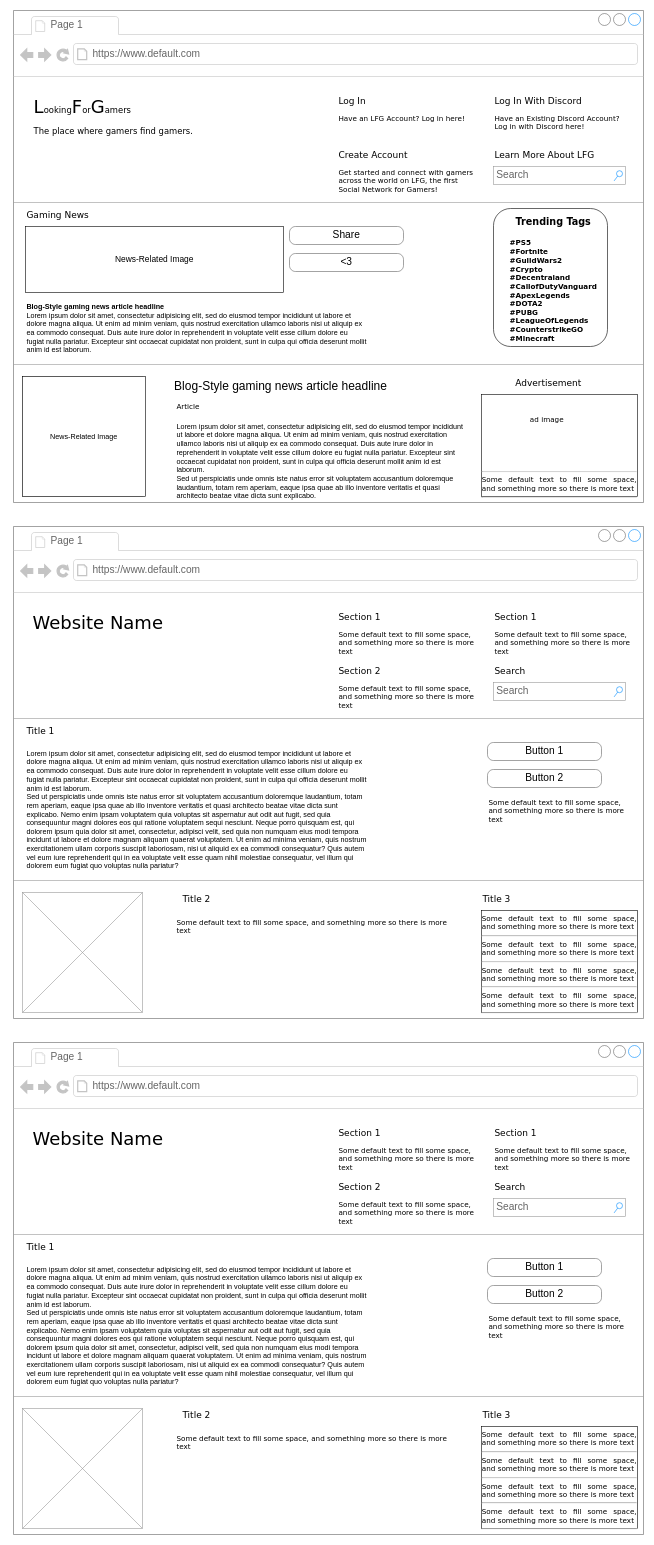
The draw.io diagram LFG-APP Wireframe.drawio in wrainford/lfg-application, before the edit. Source tidied: cells renumbered, new cells numbered last; positions are measured from the earlier drawing's top-left corner, leaving out a move shared by most shapes. Both pictures are drawn from the tidied source at 60%, with x=0, y=0 at pixel (13, 10).
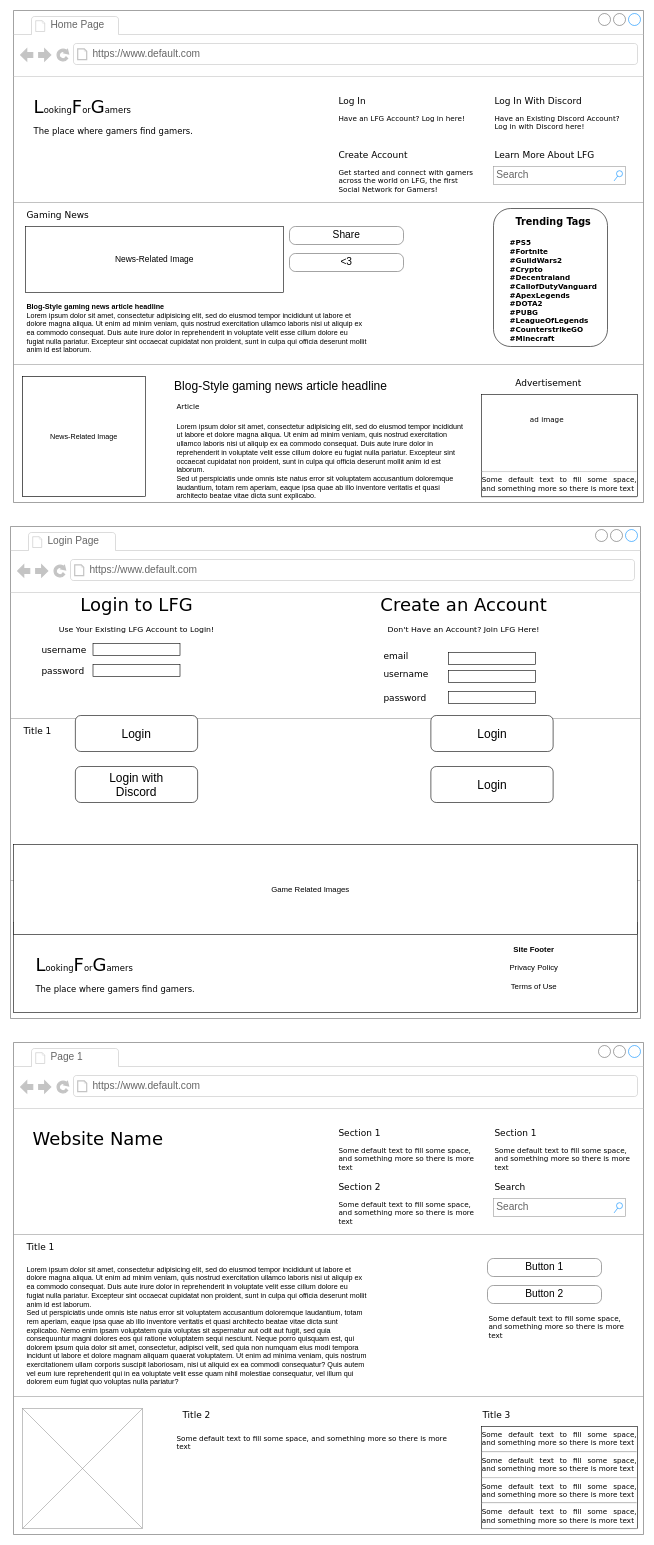
After the change.

Commit message:
Login Page Complete - Update LFG-APP Wireframe.drawio

The change refers to these unchanged cells:
```xml
<mxCell id="2" style="strokeWidth=1;shadow=0;dashed=0;align=center;html=1;shape=mxgraph.mockup.containers.browserWindow;rSize=0;strokeColor=#666666;mainText=,;rounded=0;labelBackgroundColor=none;fontFamily=Verdana;fontSize=12;" parent="1" vertex="1">
  <mxGeometry width="1050" height="820" as="geometry" />
</mxCell>
```

What changed in the source:
```diff
@@
-    <mxCell id="3" value="Page 1" style="strokeWidth=1;shadow=0;dashed=0;align=center;html=1;shape=mxgraph.mockup.containers.anchor;fontSize=17;fontColor=#666666;align=left;" parent="2" vertex="1">
+    <mxCell id="3" value="Home Page" style="strokeWidth=1;shadow=0;dashed=0;align=center;html=1;shape=mxgraph.mockup.containers.anchor;fontSize=17;fontColor=#666666;align=left;" parent="2" vertex="1">
       <mxGeometry x="60" y="12" width="110" height="26" as="geometry" />
     </mxCell>
@@
     <mxCell id="29" style="strokeWidth=1;shadow=0;dashed=0;align=center;html=1;shape=mxgraph.mockup.containers.browserWindow;rSize=0;strokeColor=#666666;mainText=,;rounded=0;labelBackgroundColor=none;fontFamily=Verdana;fontSize=12;" parent="1" vertex="1">
-      <mxGeometry y="860" width="1050" height="820" as="geometry" />
+      <mxGeometry x="-5" y="860" width="1050" height="820" as="geometry" />
     </mxCell>
-    <mxCell id="30" value="Page 1" style="strokeWidth=1;shadow=0;dashed=0;align=center;html=1;shape=mxgraph.mockup.containers.anchor;fontSize=17;fontColor=#666666;align=left;" parent="29" vertex="1">
+    <mxCell id="30" value="Login Page" style="strokeWidth=1;shadow=0;dashed=0;align=center;html=1;shape=mxgraph.mockup.containers.anchor;fontSize=17;fontColor=#666666;align=left;" parent="29" vertex="1">
       <mxGeometry x="60" y="12" width="110" height="26" as="geometry" />
     </mxCell>
@@
-    <mxCell id="32" value="Website Name" style="text;html=1;align=left;verticalAlign=top;spacingTop=-4;fontSize=30;fontFamily=Verdana;" parent="29" vertex="1">
-      <mxGeometry x="30" y="140" width="340" height="50" as="geometry" />
+    <mxCell id="32" value="Login to LFG&lt;br&gt;&lt;font style=&quot;font-size: 13px&quot;&gt;Use Your Existing LFG Account to Login!&lt;/font&gt;" style="text;html=1;align=center;verticalAlign=top;spacingTop=-4;fontSize=30;fontFamily=Verdana;" parent="29" vertex="1">
+      <mxGeometry x="40" y="110" width="340" height="50" as="geometry" />
     </mxCell>
-    <mxCell id="33" value="Section 1" style="text;html=1;align=left;verticalAlign=top;spacingTop=-4;fontSize=15;fontFamily=Verdana;" parent="29" vertex="1">
-      <mxGeometry x="540" y="140" width="170" height="30" as="geometry" />
-    </mxCell>
-    <mxCell id="34" value="Some default text to fill some space, and&amp;nbsp;&lt;span&gt;something more so there is more text&lt;/span&gt;" style="text;html=1;align=left;verticalAlign=top;spacingTop=-4;fontSize=12;fontFamily=Verdana;whiteSpace=wrap;" parent="29" vertex="1">
-      <mxGeometry x="540" y="170" width="240" height="40" as="geometry" />
-    </mxCell>
-    <mxCell id="35" value="Section 2" style="text;html=1;align=left;verticalAlign=top;spacingTop=-4;fontSize=15;fontFamily=Verdana;" parent="29" vertex="1">
-      <mxGeometry x="540" y="230" width="170" height="30" as="geometry" />
+    <mxCell id="35" value="username" style="text;html=1;align=left;verticalAlign=top;spacingTop=-4;fontSize=15;fontFamily=Verdana;" parent="29" vertex="1">
+      <mxGeometry x="50" y="195" width="80" height="30" as="geometry" />
     </mxCell>
-    <mxCell id="36" value="Some default text to fill some space, and&amp;nbsp;&lt;span&gt;something more so there is more text&lt;/span&gt;" style="text;html=1;align=left;verticalAlign=top;spacingTop=-4;fontSize=12;fontFamily=Verdana;whiteSpace=wrap;" parent="29" vertex="1">
-      <mxGeometry x="540" y="260" width="240" height="40" as="geometry" />
-    </mxCell>
-    <mxCell id="37" value="Section 1" style="text;html=1;align=left;verticalAlign=top;spacingTop=-4;fontSize=15;fontFamily=Verdana;" parent="29" vertex="1">
-      <mxGeometry x="800" y="140" width="170" height="30" as="geometry" />
+    <mxCell id="37" value="password" style="text;html=1;align=left;verticalAlign=top;spacingTop=-4;fontSize=15;fontFamily=Verdana;" parent="29" vertex="1">
+      <mxGeometry x="50" y="230" width="170" height="30" as="geometry" />
     </mxCell>
-    <mxCell id="38" value="Some default text to fill some space, and&amp;nbsp;&lt;span&gt;something more so there is more text&lt;/span&gt;" style="text;html=1;align=left;verticalAlign=top;spacingTop=-4;fontSize=12;fontFamily=Verdana;whiteSpace=wrap;" parent="29" vertex="1">
-      <mxGeometry x="800" y="170" width="240" height="40" as="geometry" />
-    </mxCell>
-    <mxCell id="39" value="Search" style="text;html=1;align=left;verticalAlign=top;spacingTop=-4;fontSize=15;fontFamily=Verdana;" parent="29" vertex="1">
-      <mxGeometry x="800" y="230" width="170" height="30" as="geometry" />
+    <mxCell id="39" value="email" style="text;html=1;align=left;verticalAlign=top;spacingTop=-4;fontSize=15;fontFamily=Verdana;" parent="29" vertex="1">
+      <mxGeometry x="620" y="205" width="50" height="30" as="geometry" />
     </mxCell>
-    <mxCell id="40" value="Search" style="strokeWidth=1;shadow=0;dashed=0;align=center;html=1;shape=mxgraph.mockup.forms.searchBox;strokeColor=#999999;mainText=;strokeColor2=#008cff;fontColor=#666666;fontSize=17;align=left;spacingLeft=3;rounded=0;labelBackgroundColor=none;" parent="29" vertex="1">
-      <mxGeometry x="800" y="260" width="220" height="30" as="geometry" />
-    </mxCell>
@@
-    <mxCell id="43" value="Lorem ipsum dolor sit amet, consectetur adipisicing elit, sed do eiusmod tempor incididunt ut labore et dolore magna aliqua. Ut enim ad minim veniam, quis nostrud exercitation ullamco laboris nisi ut aliquip ex ea commodo consequat. Duis aute irure dolor in reprehenderit in voluptate velit esse cillum dolore eu fugiat nulla pariatur. Excepteur sint occaecat cupidatat non proident, sunt in culpa qui officia deserunt mollit anim id est laborum.&#10;Sed ut perspiciatis unde omnis iste natus error sit voluptatem accusantium doloremque laudantium, totam rem aperiam, eaque ipsa quae ab illo inventore veritatis et quasi architecto beatae vitae dicta sunt explicabo. Nemo enim ipsam voluptatem quia voluptas sit aspernatur aut odit aut fugit, sed quia consequuntur magni dolores eos qui ratione voluptatem sequi nesciunt. Neque porro quisquam est, qui dolorem ipsum quia dolor sit amet, consectetur, adipisci velit, sed quia non numquam eius modi tempora incidunt ut labore et dolore magnam aliquam quaerat voluptatem. Ut enim ad minima veniam, quis nostrum exercitationem ullam corporis suscipit laboriosam, nisi ut aliquid ex ea commodi consequatur? Quis autem vel eum iure reprehenderit qui in ea voluptate velit esse quam nihil molestiae consequatur, vel illum qui dolorem eum fugiat quo voluptas nulla pariatur?" style="text;spacingTop=-5;whiteSpace=wrap;html=1;align=left;fontSize=12;fontFamily=Helvetica;fillColor=none;strokeColor=none;rounded=0;shadow=1;labelBackgroundColor=none;" parent="29" vertex="1">
-      <mxGeometry x="20" y="370" width="570" height="240" as="geometry" />
-    </mxCell>
-    <mxCell id="44" value="Button 1" style="strokeWidth=1;shadow=0;dashed=0;align=center;html=1;shape=mxgraph.mockup.buttons.button;strokeColor=#666666;mainText=;buttonStyle=round;fontSize=17;fontStyle=0;fillColor=none;whiteSpace=wrap;rounded=0;labelBackgroundColor=none;" parent="29" vertex="1">
-      <mxGeometry x="790" y="360" width="190" height="30" as="geometry" />
-    </mxCell>
-    <mxCell id="45" value="Button 2" style="strokeWidth=1;shadow=0;dashed=0;align=center;html=1;shape=mxgraph.mockup.buttons.button;strokeColor=#666666;mainText=;buttonStyle=round;fontSize=17;fontStyle=0;fillColor=none;whiteSpace=wrap;rounded=0;labelBackgroundColor=none;" parent="29" vertex="1">
-      <mxGeometry x="790" y="405" width="190" height="30" as="geometry" />
-    </mxCell>
-    <mxCell id="46" value="Some default text to fill some space, and&amp;nbsp;&lt;span&gt;something more so there is more text&lt;/span&gt;" style="text;html=1;align=left;verticalAlign=top;spacingTop=-4;fontSize=12;fontFamily=Verdana;whiteSpace=wrap;" parent="29" vertex="1">
-      <mxGeometry x="790" y="450" width="240" height="40" as="geometry" />
-    </mxCell>
@@
-    <mxCell id="48" style="verticalLabelPosition=bottom;shadow=0;dashed=0;align=center;html=1;verticalAlign=top;strokeWidth=1;shape=mxgraph.mockup.graphics.simpleIcon;strokeColor=#999999;fillColor=#ffffff;rounded=0;labelBackgroundColor=none;fontFamily=Verdana;fontSize=12;fontColor=#000000;" parent="29" vertex="1">
-      <mxGeometry x="15" y="610" width="200" height="200" as="geometry" />
-    </mxCell>
-    <mxCell id="49" value="Title 2" style="text;html=1;align=left;verticalAlign=top;spacingTop=-4;fontSize=15;fontFamily=Verdana;" parent="29" vertex="1">
-      <mxGeometry x="280" y="610" width="170" height="30" as="geometry" />
-    </mxCell>
-    <mxCell id="50" value="Title 3" style="text;html=1;align=left;verticalAlign=top;spacingTop=-4;fontSize=15;fontFamily=Verdana;" parent="29" vertex="1">
-      <mxGeometry x="780" y="610" width="170" height="30" as="geometry" />
-    </mxCell>
-    <mxCell id="51" value="&lt;div style=&quot;text-align: justify&quot;&gt;&lt;span&gt;Some default text to fill some space, and&amp;nbsp;&lt;/span&gt;&lt;span&gt;something more so there is more text&lt;/span&gt;&lt;/div&gt;&lt;div style=&quot;text-align: justify&quot;&gt;&lt;hr id=&quot;null&quot; style=&quot;text-align: justify&quot;&gt;&lt;span&gt;&lt;div style=&quot;text-align: justify&quot;&gt;&lt;span&gt;Some default text to fill some space, and&amp;nbsp;&lt;/span&gt;&lt;span&gt;something more so there is more text&lt;/span&gt;&lt;/div&gt;&lt;/span&gt;&lt;/div&gt;&lt;hr id=&quot;null&quot; style=&quot;text-align: justify&quot;&gt;&lt;span&gt;&lt;div style=&quot;text-align: justify&quot;&gt;&lt;span&gt;Some default text to fill some space, and&amp;nbsp;&lt;/span&gt;&lt;span&gt;something more so there is more text&lt;/span&gt;&lt;/div&gt;&lt;/span&gt;&lt;hr id=&quot;null&quot; style=&quot;text-align: justify&quot;&gt;&lt;span&gt;&lt;div style=&quot;text-align: justify&quot;&gt;&lt;span&gt;Some default text to fill some space, and&amp;nbsp;&lt;/span&gt;&lt;span&gt;something more so there is more text&lt;/span&gt;&lt;/div&gt;&lt;/span&gt;&lt;hr id=&quot;null&quot; style=&quot;text-align: left&quot;&gt;" style="whiteSpace=wrap;html=1;rounded=0;shadow=0;labelBackgroundColor=none;strokeWidth=1;fontFamily=Verdana;fontSize=12;align=center;verticalAlign=top;" parent="29" vertex="1">
-      <mxGeometry x="780" y="640" width="260" height="170" as="geometry" />
-    </mxCell>
-    <mxCell id="52" value="Some default text to fill some space, and&amp;nbsp;&lt;span&gt;something more so there is more text&lt;/span&gt;" style="text;html=1;align=left;verticalAlign=top;spacingTop=-4;fontSize=12;fontFamily=Verdana;whiteSpace=wrap;" parent="29" vertex="1">
-      <mxGeometry x="270" y="650" width="470" height="40" as="geometry" />
-    </mxCell>
+    <mxCell id="78" value="Login with&lt;br&gt;Discord" style="rounded=1;whiteSpace=wrap;html=1;fontSize=20;fillColor=default;" parent="29" vertex="1">
+      <mxGeometry x="108.1" y="400" width="203.8" height="60" as="geometry" />
+    </mxCell>
+    <mxCell id="79" value="Login" style="rounded=1;whiteSpace=wrap;html=1;fontSize=20;fillColor=default;" parent="29" vertex="1">
+      <mxGeometry x="108.1" y="315" width="203.8" height="60" as="geometry" />
+    </mxCell>
+    <mxCell id="80" style="rounded=0;whiteSpace=wrap;html=1;fontSize=20;fillColor=default;" parent="29" vertex="1">
+      <mxGeometry x="137.5" y="195" width="145" height="20" as="geometry" />
+    </mxCell>
+    <mxCell id="81" value="Create an Account&lt;br&gt;&lt;font style=&quot;font-size: 13px&quot;&gt;Don't Have an Account? Join LFG Here!&lt;/font&gt;" style="text;html=1;align=center;verticalAlign=top;spacingTop=-4;fontSize=30;fontFamily=Verdana;" parent="29" vertex="1">
+      <mxGeometry x="585" y="110" width="340" height="50" as="geometry" />
+    </mxCell>
+    <mxCell id="82" value="username" style="text;html=1;align=left;verticalAlign=top;spacingTop=-4;fontSize=15;fontFamily=Verdana;" parent="29" vertex="1">
+      <mxGeometry x="620" y="235" width="50" height="30" as="geometry" />
+    </mxCell>
+    <mxCell id="83" value="password" style="text;html=1;align=left;verticalAlign=top;spacingTop=-4;fontSize=15;fontFamily=Verdana;" parent="29" vertex="1">
+      <mxGeometry x="620" y="275" width="50" height="30" as="geometry" />
+    </mxCell>
+    <mxCell id="84" style="rounded=0;whiteSpace=wrap;html=1;fontSize=20;fillColor=default;" parent="29" vertex="1">
+      <mxGeometry x="137.5" y="230" width="145" height="20" as="geometry" />
+    </mxCell>
+    <mxCell id="85" style="rounded=0;whiteSpace=wrap;html=1;fontSize=20;fillColor=default;" parent="29" vertex="1">
+      <mxGeometry x="730" y="210" width="145" height="20" as="geometry" />
+    </mxCell>
+    <mxCell id="86" style="rounded=0;whiteSpace=wrap;html=1;fontSize=20;fillColor=default;" parent="29" vertex="1">
+      <mxGeometry x="730" y="240" width="145" height="20" as="geometry" />
+    </mxCell>
+    <mxCell id="87" style="rounded=0;whiteSpace=wrap;html=1;fontSize=20;fillColor=default;" parent="29" vertex="1">
+      <mxGeometry x="730" y="275" width="145" height="20" as="geometry" />
+    </mxCell>
+    <mxCell id="88" value="Login" style="rounded=1;whiteSpace=wrap;html=1;fontSize=20;fillColor=default;" parent="29" vertex="1">
+      <mxGeometry x="700.6" y="315" width="203.8" height="60" as="geometry" />
+    </mxCell>
+    <mxCell id="89" value="Login" style="rounded=1;whiteSpace=wrap;html=1;fontSize=20;fillColor=default;" parent="29" vertex="1">
+      <mxGeometry x="700.6" y="400" width="203.8" height="60" as="geometry" />
+    </mxCell>
+    <mxCell id="90" style="rounded=0;whiteSpace=wrap;html=1;fontSize=13;fillColor=default;" parent="29" vertex="1">
+      <mxGeometry x="5" y="660" width="1040" height="150" as="geometry" />
+    </mxCell>
+    <mxCell id="91" value="L&lt;font style=&quot;font-size: 14px&quot;&gt;ooking&lt;/font&gt;F&lt;font style=&quot;font-size: 14px&quot;&gt;or&lt;/font&gt;G&lt;font style=&quot;font-size: 14px&quot;&gt;amers&lt;br&gt;The place where gamers find gamers.&lt;br&gt;&lt;/font&gt;" style="text;html=1;align=left;verticalAlign=top;spacingTop=-4;fontSize=30;fontFamily=Verdana;" parent="29" vertex="1">
+      <mxGeometry x="40" y="710" width="340" height="50" as="geometry" />
+    </mxCell>
+    <mxCell id="92" value="&lt;b&gt;Site Footer&lt;/b&gt;&lt;br&gt;&lt;br&gt;Privacy Policy&lt;br&gt;&lt;br&gt;Terms of Use" style="text;html=1;strokeColor=none;fillColor=none;align=center;verticalAlign=middle;whiteSpace=wrap;rounded=0;fontSize=13;" parent="29" vertex="1">
+      <mxGeometry x="820" y="720" width="105" height="30" as="geometry" />
+    </mxCell>
@@
+    <mxCell id="93" style="rounded=0;whiteSpace=wrap;html=1;fontSize=13;fillColor=default;" parent="1" vertex="1">
+      <mxGeometry y="1390" width="1040" height="150" as="geometry" />
+    </mxCell>
+    <mxCell id="94" value="Game Related Images" style="text;html=1;strokeColor=none;fillColor=none;align=center;verticalAlign=middle;whiteSpace=wrap;rounded=0;fontSize=13;" parent="1" vertex="1">
+      <mxGeometry x="370" y="1450" width="250" height="30" as="geometry" />
+    </mxCell>
```
